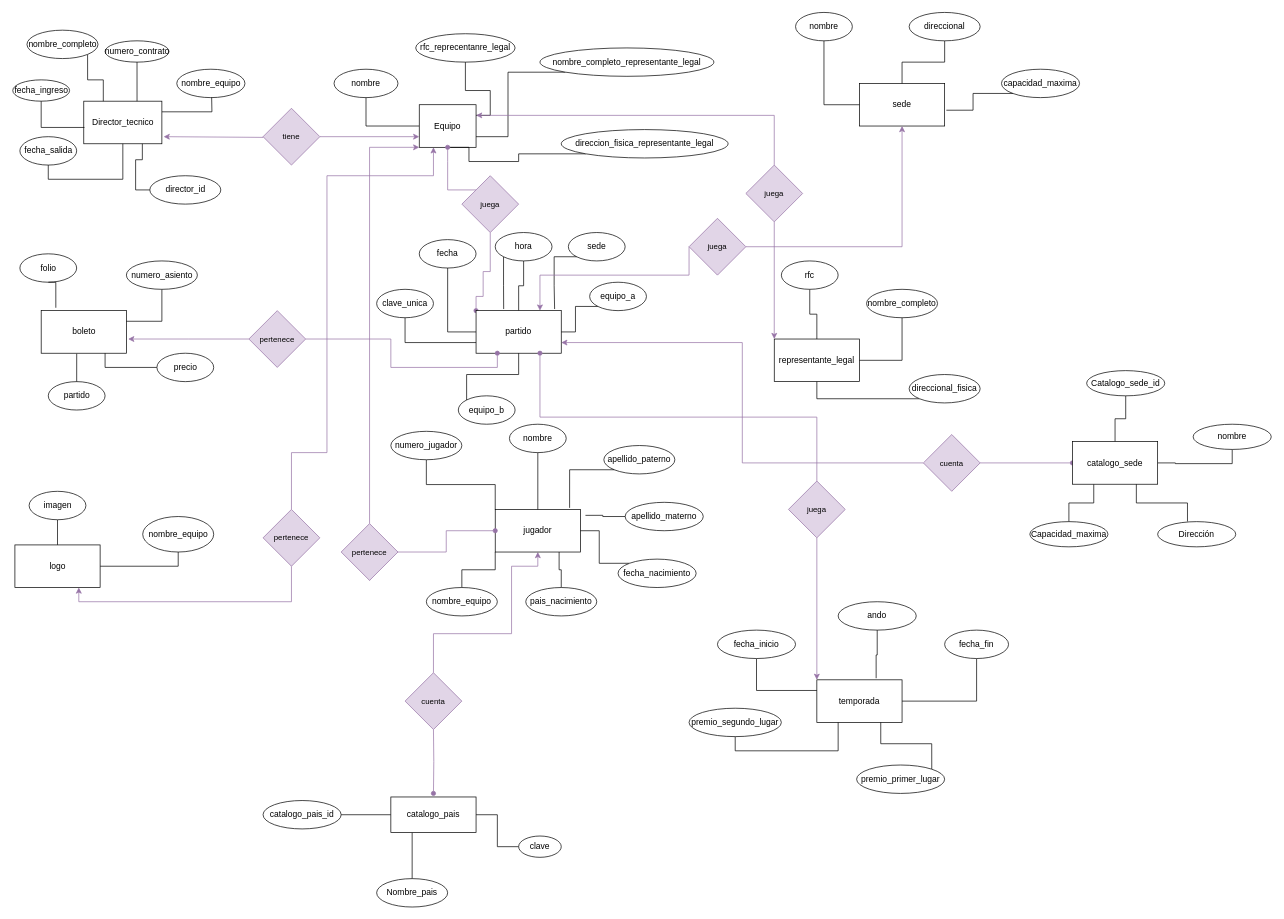
Above: Diagrama sin título.drawio in FranciscoJRO/Bases_de_datos (draw.io), before the change. Source tidied: cells renumbered, new cells numbered last; positions are measured from the earlier drawing's top-left corner, leaving out a move shared by most shapes. Both pictures are drawn from the tidied source at 71%, with x=0, y=0 at pixel (13, 12).
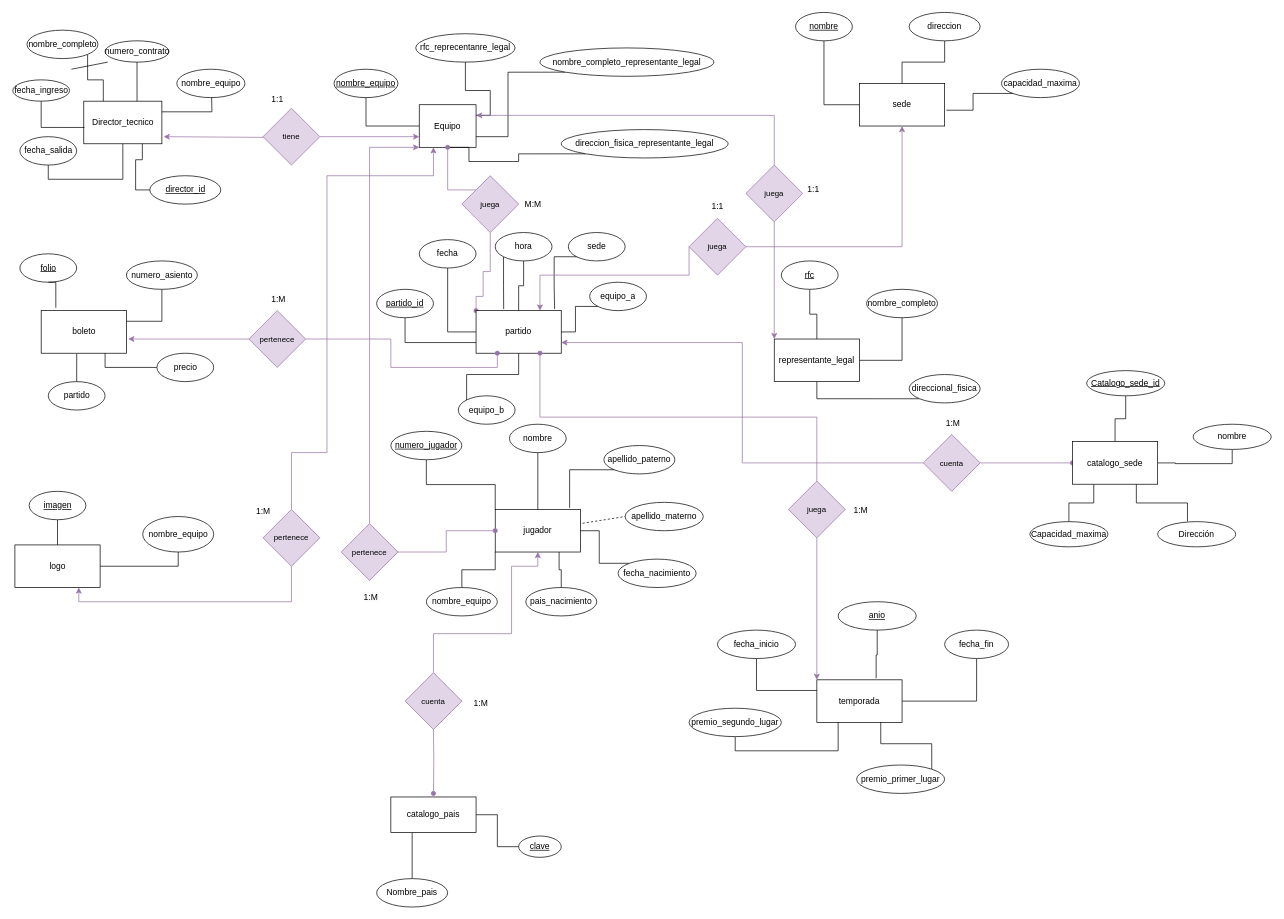
After the change.

The change refers to these unchanged cells:
```xml
<mxCell id="14" value="jugador" style="rounded=0;whiteSpace=wrap;html=1;" parent="1" vertex="1">
  <mxGeometry x="679" y="700" width="120" height="60" as="geometry" />
</mxCell>
<mxCell id="67" value="apellido_materno" style="ellipse;whiteSpace=wrap;html=1;" parent="1" vertex="1">
  <mxGeometry x="862" y="690" width="110" height="40" as="geometry" />
</mxCell>
<mxCell id="123" value="catalogo_pais" style="rounded=0;whiteSpace=wrap;html=1;" parent="1" vertex="1">
  <mxGeometry x="532" y="1105" width="120" height="50" as="geometry" />
</mxCell>
```

Change to the diagram source:
```diff
@@
-    <mxCell id="7" value="nombre" style="ellipse;whiteSpace=wrap;html=1;" parent="1" vertex="1">
+    <mxCell id="7" value="&lt;u&gt;nombre_equipo&lt;/u&gt;" style="ellipse;whiteSpace=wrap;html=1;" parent="1" vertex="1">
       <mxGeometry x="452" y="80" width="90" height="40" as="geometry" />
     </mxCell>
@@
-    <mxCell id="35" value="folio" style="ellipse;whiteSpace=wrap;html=1;" parent="1" vertex="1">
+    <mxCell id="35" value="&lt;u&gt;folio&lt;/u&gt;" style="ellipse;whiteSpace=wrap;html=1;" parent="1" vertex="1">
       <mxGeometry x="9.5" y="340" width="80" height="40" as="geometry" />
     </mxCell>
@@
-    <mxCell id="44" value="imagen" style="ellipse;whiteSpace=wrap;html=1;" parent="1" vertex="1">
+    <mxCell id="44" value="&lt;u&gt;imagen&lt;/u&gt;" style="ellipse;whiteSpace=wrap;html=1;" parent="1" vertex="1">
       <mxGeometry x="22.5" y="674.5" width="80" height="40" as="geometry" />
     </mxCell>
@@
-    <mxCell id="48" value="clave_unica" style="ellipse;whiteSpace=wrap;html=1;" parent="1" vertex="1">
+    <mxCell id="48" value="&lt;u&gt;partido_id&lt;/u&gt;" style="ellipse;whiteSpace=wrap;html=1;" parent="1" vertex="1">
       <mxGeometry x="512" y="390" width="80" height="40" as="geometry" />
     </mxCell>
@@
-    <mxCell id="58" value="numero_jugador" style="ellipse;whiteSpace=wrap;html=1;" parent="1" vertex="1">
+    <mxCell id="58" value="&lt;u&gt;numero_jugador&lt;/u&gt;" style="ellipse;whiteSpace=wrap;html=1;" parent="1" vertex="1">
       <mxGeometry x="532" y="590" width="100" height="40" as="geometry" />
     </mxCell>
@@
-    <mxCell id="70" style="edgeStyle=orthogonalEdgeStyle;shape=connector;rounded=0;jettySize=auto;html=1;exitX=0;exitY=0.5;exitDx=0;exitDy=0;entryX=1.059;entryY=0.139;entryDx=0;entryDy=0;entryPerimeter=0;labelBackgroundColor=default;strokeColor=default;align=center;verticalAlign=middle;fontFamily=Helvetica;fontSize=11;fontColor=default;endArrow=none;endFill=0;" parent="1" edge="1" source="67" target="14">
-      <mxGeometry relative="1" as="geometry" />
-    </mxCell>
@@
-    <mxCell id="72" value="nombre" style="ellipse;whiteSpace=wrap;html=1;" parent="1" vertex="1">
+    <mxCell id="72" value="&lt;u&gt;nombre&lt;/u&gt;" style="ellipse;whiteSpace=wrap;html=1;" parent="1" vertex="1">
       <mxGeometry x="1102" width="80" height="40" as="geometry" />
     </mxCell>
@@
-    <mxCell id="74" value="direccional" style="ellipse;whiteSpace=wrap;html=1;" parent="1" vertex="1">
+    <mxCell id="74" value="direccion" style="ellipse;whiteSpace=wrap;html=1;" parent="1" vertex="1">
       <mxGeometry x="1262" width="100" height="40" as="geometry" />
     </mxCell>
@@
-    <mxCell id="78" value="rfc" style="ellipse;whiteSpace=wrap;html=1;" parent="1" vertex="1">
+    <mxCell id="78" value="&lt;u&gt;rfc&lt;/u&gt;" style="ellipse;whiteSpace=wrap;html=1;" parent="1" vertex="1">
       <mxGeometry x="1082" y="350" width="80" height="40" as="geometry" />
     </mxCell>
@@
-    <mxCell id="83" value="ando" style="ellipse;whiteSpace=wrap;html=1;" parent="1" vertex="1">
+    <mxCell id="83" value="&lt;u&gt;anio&lt;/u&gt;" style="ellipse;whiteSpace=wrap;html=1;" parent="1" vertex="1">
       <mxGeometry x="1162" y="830" width="110" height="40" as="geometry" />
     </mxCell>
@@
-    <mxCell id="117" value="director_id" style="ellipse;whiteSpace=wrap;html=1;" parent="1" vertex="1">
+    <mxCell id="117" value="&lt;u&gt;director_id&lt;/u&gt;" style="ellipse;whiteSpace=wrap;html=1;" parent="1" vertex="1">
       <mxGeometry x="192.5" y="230" width="100" height="40" as="geometry" />
     </mxCell>
@@
-    <mxCell id="119" style="edgeStyle=orthogonalEdgeStyle;rounded=0;jettySize=auto;html=1;endArrow=none;endFill=0;" parent="1" edge="1" source="123" target="124">
-      <mxGeometry relative="1" as="geometry" />
-    </mxCell>
@@
-    <mxCell id="124" value="catalogo_pais_id" style="ellipse;whiteSpace=wrap;html=1;rounded=0;" parent="1" vertex="1">
-      <mxGeometry x="352" y="1110" width="110" height="40" as="geometry" />
-    </mxCell>
@@
-    <mxCell id="126" value="clave" style="ellipse;whiteSpace=wrap;html=1;rounded=0;" parent="1" vertex="1">
+    <mxCell id="126" value="&lt;u&gt;clave&lt;/u&gt;" style="ellipse;whiteSpace=wrap;html=1;rounded=0;" parent="1" vertex="1">
       <mxGeometry x="712" y="1160" width="60" height="30" as="geometry" />
     </mxCell>
@@
-    <mxCell id="133" value="Catalogo_sede_id" style="ellipse;whiteSpace=wrap;html=1;rounded=0;" parent="1" vertex="1">
+    <mxCell id="133" value="&lt;u&gt;Catalogo_sede_id&lt;/u&gt;" style="ellipse;whiteSpace=wrap;html=1;rounded=0;" parent="1" vertex="1">
       <mxGeometry x="1512" y="504.5" width="110" height="35.5" as="geometry" />
     </mxCell>
@@
+    <mxCell id="138" value="1:1" style="text;html=1;align=center;verticalAlign=middle;strokeColor=none;fillColor=none;" parent="1" vertex="1">
+      <mxGeometry x="352" y="108" width="40" height="30" as="geometry" />
+    </mxCell>
+    <mxCell id="139" value="&lt;span style=&quot;caret-color: rgb(0, 0, 0); color: rgb(0, 0, 0); font-family: Helvetica; font-size: 12px; font-style: normal; font-variant-caps: normal; font-weight: 400; letter-spacing: normal; text-align: center; text-indent: 0px; text-transform: none; word-spacing: 0px; -webkit-text-stroke-width: 0px; background-color: rgb(251, 251, 251); text-decoration: none; float: none; display: inline !important;&quot;&gt;1:M&lt;/span&gt;" style="text;whiteSpace=wrap;html=1;" parent="1" vertex="1">
+      <mxGeometry x="362" y="390" width="50" height="40" as="geometry" />
+    </mxCell>
+    <mxCell id="140" value="1:M" style="text;html=1;align=center;verticalAlign=middle;strokeColor=none;fillColor=none;" parent="1" vertex="1">
+      <mxGeometry x="332" y="688" width="40" height="30" as="geometry" />
+    </mxCell>
+    <mxCell id="141" value="M:M" style="text;html=1;align=center;verticalAlign=middle;strokeColor=none;fillColor=none;" parent="1" vertex="1">
+      <mxGeometry x="707" y="255" width="50" height="30" as="geometry" />
+    </mxCell>
+    <mxCell id="142" value="&lt;span style=&quot;caret-color: rgb(0, 0, 0); color: rgb(0, 0, 0); font-family: Helvetica; font-size: 12px; font-style: normal; font-variant-caps: normal; font-weight: 400; letter-spacing: normal; text-align: center; text-indent: 0px; text-transform: none; word-spacing: 0px; -webkit-text-stroke-width: 0px; background-color: rgb(251, 251, 251); text-decoration: none; float: none; display: inline !important;&quot;&gt;1:1&lt;/span&gt;" style="text;whiteSpace=wrap;html=1;" parent="1" vertex="1">
+      <mxGeometry x="1117" y="235" width="50" height="40" as="geometry" />
+    </mxCell>
+    <mxCell id="143" value="&lt;span style=&quot;caret-color: rgb(0, 0, 0); color: rgb(0, 0, 0); font-family: Helvetica; font-size: 12px; font-style: normal; font-variant-caps: normal; font-weight: 400; letter-spacing: normal; text-align: center; text-indent: 0px; text-transform: none; word-spacing: 0px; -webkit-text-stroke-width: 0px; background-color: rgb(251, 251, 251); text-decoration: none; float: none; display: inline !important;&quot;&gt;1:1&lt;/span&gt;" style="text;whiteSpace=wrap;html=1;" parent="1" vertex="1">
+      <mxGeometry x="982" y="260" width="50" height="40" as="geometry" />
+    </mxCell>
+    <mxCell id="144" value="&lt;span style=&quot;caret-color: rgb(0, 0, 0); color: rgb(0, 0, 0); font-family: Helvetica; font-size: 12px; font-style: normal; font-variant-caps: normal; font-weight: 400; letter-spacing: normal; text-align: center; text-indent: 0px; text-transform: none; word-spacing: 0px; -webkit-text-stroke-width: 0px; background-color: rgb(251, 251, 251); text-decoration: none; float: none; display: inline !important;&quot;&gt;1:M&lt;/span&gt;" style="text;whiteSpace=wrap;html=1;" parent="1" vertex="1">
+      <mxGeometry x="1312" y="564.5" width="50" height="40" as="geometry" />
+    </mxCell>
+    <mxCell id="145" value="&lt;span style=&quot;caret-color: rgb(0, 0, 0); color: rgb(0, 0, 0); font-family: Helvetica; font-size: 12px; font-style: normal; font-variant-caps: normal; font-weight: 400; letter-spacing: normal; text-align: center; text-indent: 0px; text-transform: none; word-spacing: 0px; -webkit-text-stroke-width: 0px; background-color: rgb(251, 251, 251); text-decoration: none; float: none; display: inline !important;&quot;&gt;1:M&lt;/span&gt;" style="text;whiteSpace=wrap;html=1;" parent="1" vertex="1">
+      <mxGeometry x="1182" y="688" width="50" height="40" as="geometry" />
+    </mxCell>
+    <mxCell id="146" value="&lt;span style=&quot;caret-color: rgb(0, 0, 0); color: rgb(0, 0, 0); font-family: Helvetica; font-size: 12px; font-style: normal; font-variant-caps: normal; font-weight: 400; letter-spacing: normal; text-align: center; text-indent: 0px; text-transform: none; word-spacing: 0px; -webkit-text-stroke-width: 0px; background-color: rgb(251, 251, 251); text-decoration: none; float: none; display: inline !important;&quot;&gt;1:M&lt;/span&gt;" style="text;whiteSpace=wrap;html=1;" parent="1" vertex="1">
+      <mxGeometry x="647" y="960" width="50" height="40" as="geometry" />
+    </mxCell>
+    <mxCell id="147" value="&lt;span style=&quot;caret-color: rgb(0, 0, 0); color: rgb(0, 0, 0); font-family: Helvetica; font-size: 12px; font-style: normal; font-variant-caps: normal; font-weight: 400; letter-spacing: normal; text-align: center; text-indent: 0px; text-transform: none; word-spacing: 0px; -webkit-text-stroke-width: 0px; background-color: rgb(251, 251, 251); text-decoration: none; float: none; display: inline !important;&quot;&gt;1:M&lt;/span&gt;" style="text;whiteSpace=wrap;html=1;" parent="1" vertex="1">
+      <mxGeometry x="492" y="810" width="50" height="40" as="geometry" />
+    </mxCell>
+    <mxCell id="148" style="endArrow=none;html=1;rounded=0;" parent="1" edge="1">
+      <mxGeometry relative="1" as="geometry">
+        <mxPoint x="133.2" y="70" as="sourcePoint" />
+        <mxPoint x="82" y="80" as="targetPoint" />
+      </mxGeometry>
+    </mxCell>
+    <mxCell id="149" style="endArrow=none;dashed=1;html=1;rounded=0;entryX=0;entryY=0.5;entryDx=0;entryDy=0;" parent="1" edge="1" target="67">
+      <mxGeometry relative="1" as="geometry">
+        <mxPoint x="802" y="719.5" as="sourcePoint" />
+      </mxGeometry>
+    </mxCell>
```
